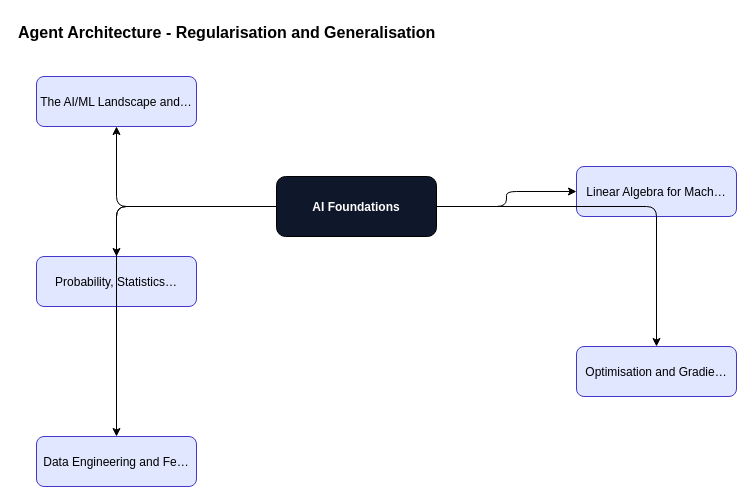
ankit05121980/AI-University keeps this draw.io diagram as content/ai-foundations/ai-foundations-foundations/diagrams/fig-012-agent-architecture.drawio. Above is the earlier version. Source tidied: cells renumbered, new cells numbered last; positions are measured from the earlier drawing's top-left corner, leaving out a move shared by most shapes. Both pictures are drawn from the tidied source at 100%, with x=0, y=0 at pixel (16, 16).
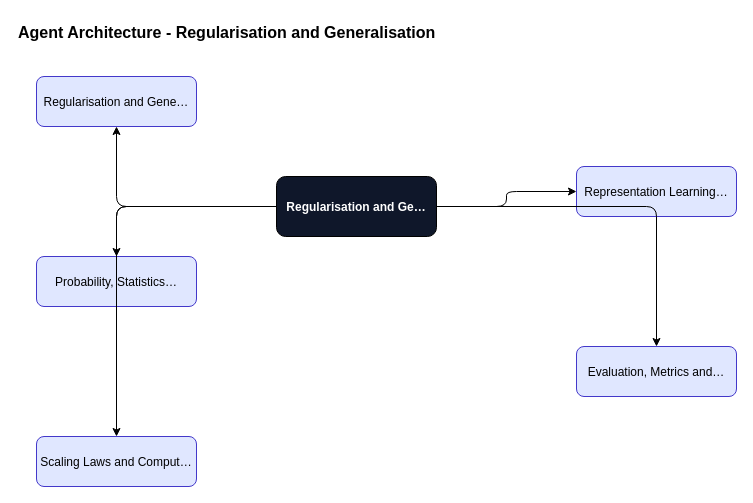
The same diagram, later.

The edit, as a diff of the source:
```diff
@@
 <mxGraphModel>
   <root>
     <mxCell id="0" />
     <mxCell id="1" parent="0" />
     <mxCell id="2" value="Agent Architecture - Regularisation and Generalisation" style="text;fontSize=16;fontStyle=1;" parent="1" vertex="1">
       <mxGeometry width="600" height="30" as="geometry" />
     </mxCell>
-    <mxCell id="3" value="AI Foundations" style="rounded=1;fillColor=#0f172a;fontColor=#ffffff;fontStyle=1;" parent="1" vertex="1">
+    <mxCell id="3" value="Regularisation and Ge…" style="rounded=1;fillColor=#0f172a;fontColor=#ffffff;fontStyle=1;" parent="1" vertex="1">
       <mxGeometry x="260" y="160" width="160" height="60" as="geometry" />
     </mxCell>
-    <mxCell id="4" value="The AI/ML Landscape and…" style="rounded=1;fillColor=#e0e7ff;strokeColor=#4338ca;" parent="1" vertex="1">
+    <mxCell id="4" value="Regularisation and Gene…" style="rounded=1;fillColor=#e0e7ff;strokeColor=#4338ca;" parent="1" vertex="1">
       <mxGeometry x="20" y="60" width="160" height="50" as="geometry" />
     </mxCell>
     <mxCell id="5" style="edgeStyle=orthogonalEdgeStyle;" parent="1" edge="1" source="3" target="4">
       <mxGeometry relative="1" as="geometry" />
     </mxCell>
-    <mxCell id="6" value="Linear Algebra for Mach…" style="rounded=1;fillColor=#e0e7ff;strokeColor=#4338ca;" parent="1" vertex="1">
+    <mxCell id="6" value="Representation Learning…" style="rounded=1;fillColor=#e0e7ff;strokeColor=#4338ca;" parent="1" vertex="1">
       <mxGeometry x="560" y="150" width="160" height="50" as="geometry" />
     </mxCell>
     <mxCell id="7" style="edgeStyle=orthogonalEdgeStyle;" parent="1" edge="1" source="3" target="6">
       <mxGeometry relative="1" as="geometry" />
     </mxCell>
     <mxCell id="8" value="Probability, Statistics…" style="rounded=1;fillColor=#e0e7ff;strokeColor=#4338ca;" parent="1" vertex="1">
       <mxGeometry x="20" y="240" width="160" height="50" as="geometry" />
     </mxCell>
     <mxCell id="9" style="edgeStyle=orthogonalEdgeStyle;" parent="1" edge="1" source="3" target="8">
       <mxGeometry relative="1" as="geometry" />
     </mxCell>
-    <mxCell id="10" value="Optimisation and Gradie…" style="rounded=1;fillColor=#e0e7ff;strokeColor=#4338ca;" parent="1" vertex="1">
+    <mxCell id="10" value="Evaluation, Metrics and…" style="rounded=1;fillColor=#e0e7ff;strokeColor=#4338ca;" parent="1" vertex="1">
       <mxGeometry x="560" y="330" width="160" height="50" as="geometry" />
     </mxCell>
     <mxCell id="11" style="edgeStyle=orthogonalEdgeStyle;" parent="1" edge="1" source="3" target="10">
       <mxGeometry relative="1" as="geometry" />
     </mxCell>
-    <mxCell id="12" value="Data Engineering and Fe…" style="rounded=1;fillColor=#e0e7ff;strokeColor=#4338ca;" parent="1" vertex="1">
+    <mxCell id="12" value="Scaling Laws and Comput…" style="rounded=1;fillColor=#e0e7ff;strokeColor=#4338ca;" parent="1" vertex="1">
       <mxGeometry x="20" y="420" width="160" height="50" as="geometry" />
     </mxCell>
     <mxCell id="13" style="edgeStyle=orthogonalEdgeStyle;" parent="1" edge="1" source="3" target="12">
       <mxGeometry relative="1" as="geometry" />
     </mxCell>
   </root>
 </mxGraphModel>
```
